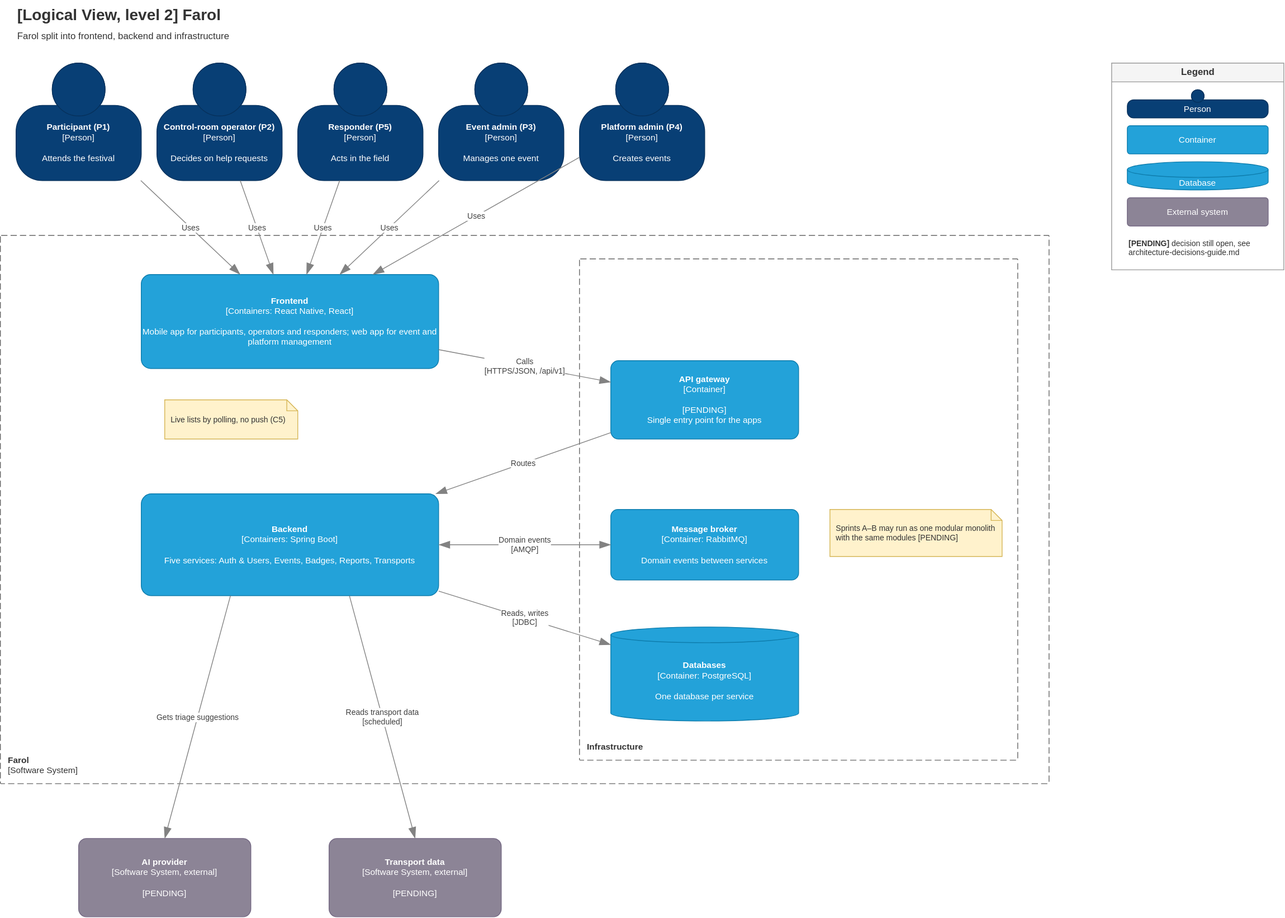
This is Docs/Technical/diagrams/logical-view-level-2.drawio.svg from tomasoliveira21/LABDSOF, a draw.io export, as it was before one commit. Source tidied: cells renumbered, new cells last; positions are measured from the earlier drawing's top-left corner, leaving out a move shared by most shapes. Source of this version:
```xml
<mxGraphModel>
  <root>
    <mxCell id="0" />
    <mxCell id="1" parent="0" />
    <mxCell id="2" value="&lt;b&gt;[Logical View, level 2] Farol&lt;/b&gt;&lt;br&gt;&lt;font style=&quot;font-size:12px&quot;&gt;Farol split into frontend, backend and infrastructure&lt;/font&gt;" style="text;html=1;align=left;verticalAlign=top;fontSize=20;fontColor=#333333;" parent="1" vertex="1">
      <mxGeometry x="20" width="1000" height="60" as="geometry" />
    </mxCell>
    <mxCell id="3" value="&lt;b&gt;Participant (P1)&lt;/b&gt;&lt;div&gt;[Person]&lt;/div&gt;&lt;br&gt;&lt;div&gt;Attends the festival&lt;/div&gt;" style="html=1;fontSize=11;whiteSpace=wrap;fillColor=#083F75;strokeColor=#06315C;fontColor=#ffffff;shape=mxgraph.c4.person2;align=center;" parent="1" vertex="1">
      <mxGeometry x="20" y="80" width="160" height="150" as="geometry" />
    </mxCell>
    <mxCell id="4" value="&lt;b&gt;Control-room operator (P2)&lt;/b&gt;&lt;div&gt;[Person]&lt;/div&gt;&lt;br&gt;&lt;div&gt;Decides on help requests&lt;/div&gt;" style="html=1;fontSize=11;whiteSpace=wrap;fillColor=#083F75;strokeColor=#06315C;fontColor=#ffffff;shape=mxgraph.c4.person2;align=center;" parent="1" vertex="1">
      <mxGeometry x="200" y="80" width="160" height="150" as="geometry" />
    </mxCell>
    <mxCell id="5" value="&lt;b&gt;Responder (P5)&lt;/b&gt;&lt;div&gt;[Person]&lt;/div&gt;&lt;br&gt;&lt;div&gt;Acts in the field&lt;/div&gt;" style="html=1;fontSize=11;whiteSpace=wrap;fillColor=#083F75;strokeColor=#06315C;fontColor=#ffffff;shape=mxgraph.c4.person2;align=center;" parent="1" vertex="1">
      <mxGeometry x="380" y="80" width="160" height="150" as="geometry" />
    </mxCell>
    <mxCell id="6" value="&lt;b&gt;Event admin (P3)&lt;/b&gt;&lt;div&gt;[Person]&lt;/div&gt;&lt;br&gt;&lt;div&gt;Manages one event&lt;/div&gt;" style="html=1;fontSize=11;whiteSpace=wrap;fillColor=#083F75;strokeColor=#06315C;fontColor=#ffffff;shape=mxgraph.c4.person2;align=center;" parent="1" vertex="1">
      <mxGeometry x="560" y="80" width="160" height="150" as="geometry" />
    </mxCell>
    <mxCell id="7" value="&lt;b&gt;Platform admin (P4)&lt;/b&gt;&lt;div&gt;[Person]&lt;/div&gt;&lt;br&gt;&lt;div&gt;Creates events&lt;/div&gt;" style="html=1;fontSize=11;whiteSpace=wrap;fillColor=#083F75;strokeColor=#06315C;fontColor=#ffffff;shape=mxgraph.c4.person2;align=center;" parent="1" vertex="1">
      <mxGeometry x="740" y="80" width="160" height="150" as="geometry" />
    </mxCell>
    <mxCell id="8" value="&lt;b&gt;Farol&lt;/b&gt;&lt;br&gt;[Software System]" style="rounded=1;arcSize=2;absoluteArcSize=1;whiteSpace=wrap;html=1;dashed=1;dashPattern=8 4;fillColor=none;strokeColor=#666666;fontColor=#333333;align=left;verticalAlign=bottom;spacing=10;fontSize=11;" parent="1" vertex="1">
      <mxGeometry y="300" width="1340" height="700" as="geometry" />
    </mxCell>
    <mxCell id="9" value="&lt;b&gt;Frontend&lt;/b&gt;&lt;div&gt;[Containers: React Native, React]&lt;/div&gt;&lt;br&gt;&lt;div&gt;Mobile app for participants, operators and responders; web app for event and platform management&lt;/div&gt;" style="rounded=1;whiteSpace=wrap;html=1;fillColor=#23A2D9;fontColor=#ffffff;arcSize=10;strokeColor=#0E7DAD;fontSize=11;" parent="1" vertex="1">
      <mxGeometry x="180" y="350" width="380" height="120" as="geometry" />
    </mxCell>
    <mxCell id="10" value="&lt;b&gt;Backend&lt;/b&gt;&lt;div&gt;[Containers: Spring Boot]&lt;/div&gt;&lt;br&gt;&lt;div&gt;Five services: Auth &amp;amp; Users, Events, Badges, Reports, Transports&lt;/div&gt;" style="rounded=1;whiteSpace=wrap;html=1;fillColor=#23A2D9;fontColor=#ffffff;arcSize=10;strokeColor=#0E7DAD;fontSize=11;" parent="1" vertex="1">
      <mxGeometry x="180" y="630" width="380" height="130" as="geometry" />
    </mxCell>
    <mxCell id="11" value="&lt;b&gt;Infrastructure&lt;/b&gt;" style="rounded=1;arcSize=2;absoluteArcSize=1;whiteSpace=wrap;html=1;dashed=1;dashPattern=8 4;fillColor=none;strokeColor=#666666;fontColor=#333333;align=left;verticalAlign=bottom;spacing=10;fontSize=11;" parent="1" vertex="1">
      <mxGeometry x="740" y="330" width="560" height="640" as="geometry" />
    </mxCell>
    <mxCell id="12" value="&lt;b&gt;API gateway&lt;/b&gt;&lt;div&gt;[Container]&lt;/div&gt;&lt;br&gt;&lt;div&gt;[PENDING]&lt;br&gt;Single entry point for the apps&lt;/div&gt;" style="rounded=1;whiteSpace=wrap;html=1;fillColor=#23A2D9;fontColor=#ffffff;arcSize=10;strokeColor=#0E7DAD;fontSize=11;" parent="1" vertex="1">
      <mxGeometry x="780" y="460" width="240" height="100" as="geometry" />
    </mxCell>
    <mxCell id="13" value="&lt;b&gt;Message broker&lt;/b&gt;&lt;div&gt;[Container: RabbitMQ]&lt;/div&gt;&lt;br&gt;&lt;div&gt;Domain events between services&lt;/div&gt;" style="rounded=1;whiteSpace=wrap;html=1;fillColor=#23A2D9;fontColor=#ffffff;arcSize=10;strokeColor=#0E7DAD;fontSize=11;" parent="1" vertex="1">
      <mxGeometry x="780" y="650" width="240" height="90" as="geometry" />
    </mxCell>
    <mxCell id="14" value="&lt;b&gt;Databases&lt;/b&gt;&lt;br&gt;[Container: PostgreSQL]&lt;br&gt;&lt;br&gt;One database per service" style="shape=cylinder3;size=10;boundedLbl=1;whiteSpace=wrap;html=1;fillColor=#23A2D9;fontColor=#ffffff;strokeColor=#0E7DAD;fontSize=11;" parent="1" vertex="1">
      <mxGeometry x="780" y="800" width="240" height="120" as="geometry" />
    </mxCell>
    <mxCell id="15" value="&lt;b&gt;AI provider&lt;/b&gt;&lt;div&gt;[Software System, external]&lt;/div&gt;&lt;br&gt;&lt;div&gt;[PENDING]&lt;/div&gt;" style="rounded=1;whiteSpace=wrap;html=1;fillColor=#8C8496;fontColor=#ffffff;arcSize=10;strokeColor=#736782;fontSize=11;" parent="1" vertex="1">
      <mxGeometry x="100" y="1070" width="220" height="100" as="geometry" />
    </mxCell>
    <mxCell id="16" value="&lt;b&gt;Transport data&lt;/b&gt;&lt;div&gt;[Software System, external]&lt;/div&gt;&lt;br&gt;&lt;div&gt;[PENDING]&lt;/div&gt;" style="rounded=1;whiteSpace=wrap;html=1;fillColor=#8C8496;fontColor=#ffffff;arcSize=10;strokeColor=#736782;fontSize=11;" parent="1" vertex="1">
      <mxGeometry x="420" y="1070" width="220" height="100" as="geometry" />
    </mxCell>
    <mxCell id="17" value="Uses" style="endArrow=blockThin;html=1;fontSize=10;fontColor=#404040;endFill=1;strokeColor=#828282;endSize=12;rounded=0;labelBackgroundColor=#ffffff;" parent="1" edge="1" source="3" target="9">
      <mxGeometry relative="1" as="geometry" />
    </mxCell>
    <mxCell id="18" value="Uses" style="endArrow=blockThin;html=1;fontSize=10;fontColor=#404040;endFill=1;strokeColor=#828282;endSize=12;rounded=0;labelBackgroundColor=#ffffff;" parent="1" edge="1" source="4" target="9">
      <mxGeometry relative="1" as="geometry" />
    </mxCell>
    <mxCell id="19" value="Uses" style="endArrow=blockThin;html=1;fontSize=10;fontColor=#404040;endFill=1;strokeColor=#828282;endSize=12;rounded=0;labelBackgroundColor=#ffffff;" parent="1" edge="1" source="5" target="9">
      <mxGeometry relative="1" as="geometry" />
    </mxCell>
    <mxCell id="20" value="Uses" style="endArrow=blockThin;html=1;fontSize=10;fontColor=#404040;endFill=1;strokeColor=#828282;endSize=12;rounded=0;labelBackgroundColor=#ffffff;" parent="1" edge="1" source="6" target="9">
      <mxGeometry relative="1" as="geometry" />
    </mxCell>
    <mxCell id="21" value="Uses" style="endArrow=blockThin;html=1;fontSize=10;fontColor=#404040;endFill=1;strokeColor=#828282;endSize=12;rounded=0;labelBackgroundColor=#ffffff;" parent="1" edge="1" source="7" target="9">
      <mxGeometry relative="1" as="geometry" />
    </mxCell>
    <mxCell id="22" value="Calls&lt;br&gt;[HTTPS/JSON, /api/v1]" style="endArrow=blockThin;html=1;fontSize=10;fontColor=#404040;endFill=1;strokeColor=#828282;endSize=12;rounded=0;labelBackgroundColor=#ffffff;" parent="1" edge="1" source="9" target="12">
      <mxGeometry relative="1" as="geometry" />
    </mxCell>
    <mxCell id="23" value="Routes" style="endArrow=blockThin;html=1;fontSize=10;fontColor=#404040;endFill=1;strokeColor=#828282;endSize=12;rounded=0;labelBackgroundColor=#ffffff;" parent="1" edge="1" source="12" target="10">
      <mxGeometry relative="1" as="geometry" />
    </mxCell>
    <mxCell id="24" value="Domain events&lt;br&gt;[AMQP]" style="endArrow=blockThin;html=1;fontSize=10;fontColor=#404040;endFill=1;strokeColor=#828282;endSize=12;rounded=0;labelBackgroundColor=#ffffff;startArrow=blockThin;startFill=1;startSize=12;" parent="1" edge="1" source="10" target="13">
      <mxGeometry relative="1" as="geometry" />
    </mxCell>
    <mxCell id="25" value="Reads, writes&lt;br&gt;[JDBC]" style="endArrow=blockThin;html=1;fontSize=10;fontColor=#404040;endFill=1;strokeColor=#828282;endSize=12;rounded=0;labelBackgroundColor=#ffffff;" parent="1" edge="1" source="10" target="14">
      <mxGeometry relative="1" as="geometry" />
    </mxCell>
    <mxCell id="26" value="Gets triage suggestions" style="endArrow=blockThin;html=1;fontSize=10;fontColor=#404040;endFill=1;strokeColor=#828282;endSize=12;rounded=0;labelBackgroundColor=#ffffff;exitX=0.3;exitY=1;exitDx=0;exitDy=0;entryX=0.5;entryY=0;entryDx=0;entryDy=0;" parent="1" edge="1" source="10" target="15">
      <mxGeometry relative="1" as="geometry" />
    </mxCell>
    <mxCell id="27" value="Reads transport data&lt;br&gt;[scheduled]" style="endArrow=blockThin;html=1;fontSize=10;fontColor=#404040;endFill=1;strokeColor=#828282;endSize=12;rounded=0;labelBackgroundColor=#ffffff;exitX=0.7;exitY=1;exitDx=0;exitDy=0;entryX=0.5;entryY=0;entryDx=0;entryDy=0;" parent="1" edge="1" source="10" target="16">
      <mxGeometry relative="1" as="geometry" />
    </mxCell>
    <mxCell id="28" value="Live lists by polling, no push (C5)" style="shape=note;size=14;whiteSpace=wrap;html=1;fillColor=#fff2cc;strokeColor=#d6b656;fontColor=#333333;align=left;spacing=8;fontSize=10;" parent="1" vertex="1">
      <mxGeometry x="210" y="510" width="170" height="50" as="geometry" />
    </mxCell>
    <mxCell id="29" value="Sprints A–B may run as one modular monolith with the same modules [PENDING]" style="shape=note;size=14;whiteSpace=wrap;html=1;fillColor=#fff2cc;strokeColor=#d6b656;fontColor=#333333;align=left;spacing=8;fontSize=10;" parent="1" vertex="1">
      <mxGeometry x="1060" y="650" width="220" height="60" as="geometry" />
    </mxCell>
    <mxCell id="30" value="&lt;b&gt;Legend&lt;/b&gt;" style="swimlane;startSize=24;html=1;fontSize=12;fillColor=#f5f5f5;strokeColor=#999999;fontColor=#333333;" parent="1" vertex="1">
      <mxGeometry x="1420" y="80" width="220" height="264" as="geometry" />
    </mxCell>
    <mxCell id="31" value="Person" style="html=1;fontSize=11;whiteSpace=wrap;fillColor=#083F75;strokeColor=#06315C;fontColor=#ffffff;shape=mxgraph.c4.person2;align=center;verticalAlign=middle;spacingTop=0;spacing=2;" parent="30" vertex="1">
      <mxGeometry x="20" y="34" width="180" height="36" as="geometry" />
    </mxCell>
    <mxCell id="32" value="Container" style="rounded=1;whiteSpace=wrap;html=1;fillColor=#23A2D9;fontColor=#ffffff;arcSize=10;strokeColor=#0E7DAD;fontSize=11;verticalAlign=middle;spacingTop=0;spacing=2;" parent="30" vertex="1">
      <mxGeometry x="20" y="80" width="180" height="36" as="geometry" />
    </mxCell>
    <mxCell id="33" value="Database" style="shape=cylinder3;size=10;boundedLbl=1;whiteSpace=wrap;html=1;fillColor=#23A2D9;fontColor=#ffffff;strokeColor=#0E7DAD;fontSize=11;verticalAlign=middle;spacingTop=0;spacing=2;" parent="30" vertex="1">
      <mxGeometry x="20" y="126" width="180" height="36" as="geometry" />
    </mxCell>
    <mxCell id="34" value="External system" style="rounded=1;whiteSpace=wrap;html=1;fillColor=#8C8496;fontColor=#ffffff;arcSize=10;strokeColor=#736782;fontSize=11;verticalAlign=middle;spacingTop=0;spacing=2;" parent="30" vertex="1">
      <mxGeometry x="20" y="172" width="180" height="36" as="geometry" />
    </mxCell>
    <mxCell id="35" value="&lt;b&gt;[PENDING]&lt;/b&gt; decision still open, see architecture-decisions-guide.md" style="text;html=1;whiteSpace=wrap;align=left;verticalAlign=top;fontColor=#333333;fontSize=10;verticalAlign=middle;spacingTop=0;spacing=2;" parent="30" vertex="1">
      <mxGeometry x="20" y="218" width="180" height="36" as="geometry" />
    </mxCell>
  </root>
</mxGraphModel>
```
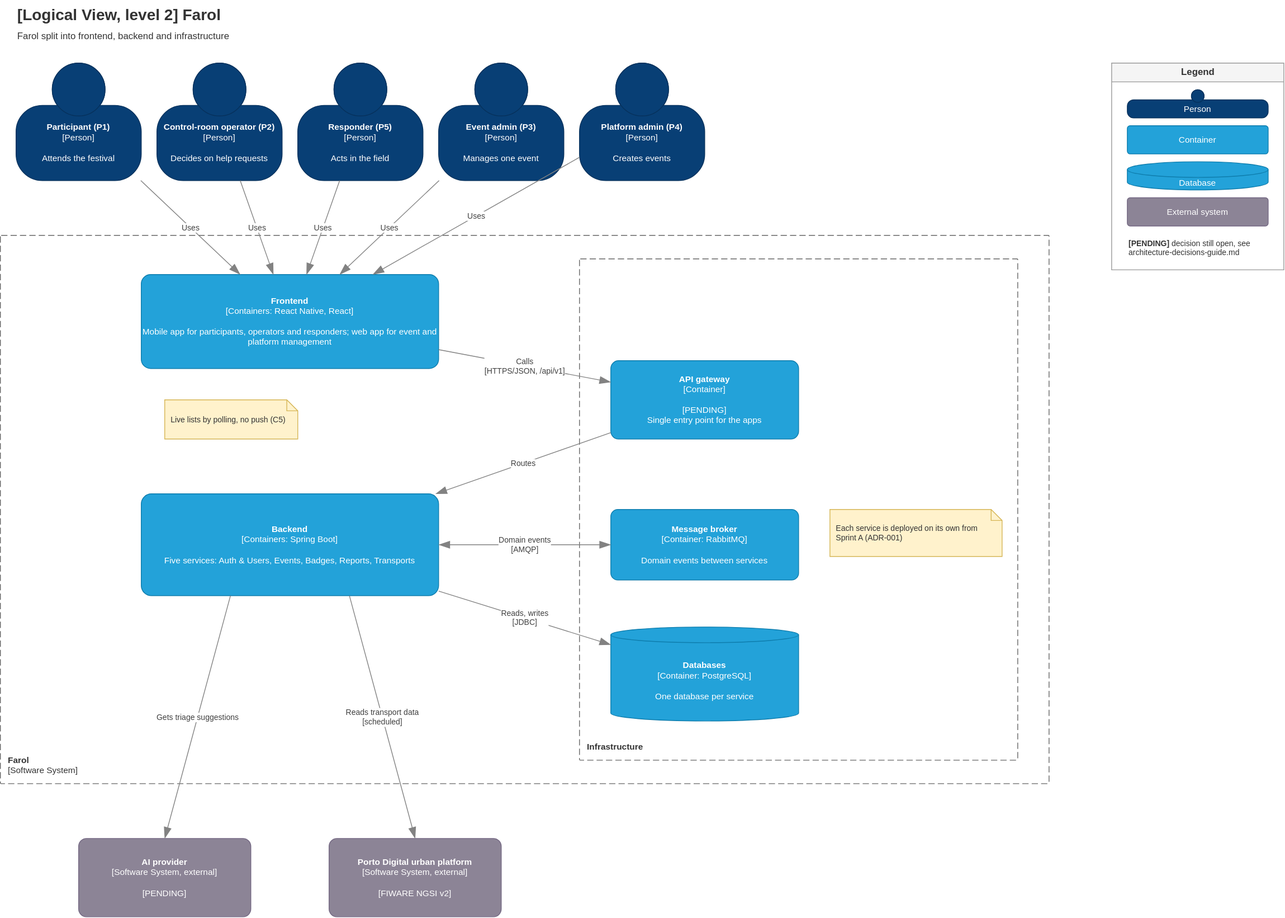
The same diagram one commit later.

Diff of the diagram source:
```diff
@@ -44,7 +44,7 @@
     <mxCell id="15" value="&lt;b&gt;AI provider&lt;/b&gt;&lt;div&gt;[Software System, external]&lt;/div&gt;&lt;br&gt;&lt;div&gt;[PENDING]&lt;/div&gt;" style="rounded=1;whiteSpace=wrap;html=1;fillColor=#8C8496;fontColor=#ffffff;arcSize=10;strokeColor=#736782;fontSize=11;" parent="1" vertex="1">
       <mxGeometry x="100" y="1070" width="220" height="100" as="geometry" />
     </mxCell>
-    <mxCell id="16" value="&lt;b&gt;Transport data&lt;/b&gt;&lt;div&gt;[Software System, external]&lt;/div&gt;&lt;br&gt;&lt;div&gt;[PENDING]&lt;/div&gt;" style="rounded=1;whiteSpace=wrap;html=1;fillColor=#8C8496;fontColor=#ffffff;arcSize=10;strokeColor=#736782;fontSize=11;" parent="1" vertex="1">
+    <mxCell id="16" value="&lt;b&gt;Porto Digital urban platform&lt;/b&gt;&lt;div&gt;[Software System, external]&lt;/div&gt;&lt;br&gt;&lt;div&gt;[FIWARE NGSI v2]&lt;/div&gt;" style="rounded=1;whiteSpace=wrap;html=1;fillColor=#8C8496;fontColor=#ffffff;arcSize=10;strokeColor=#736782;fontSize=11;" parent="1" vertex="1">
       <mxGeometry x="420" y="1070" width="220" height="100" as="geometry" />
     </mxCell>
     <mxCell id="17" value="Uses" style="endArrow=blockThin;html=1;fontSize=10;fontColor=#404040;endFill=1;strokeColor=#828282;endSize=12;rounded=0;labelBackgroundColor=#ffffff;" parent="1" edge="1" source="3" target="9">
@@ -83,7 +83,7 @@
     <mxCell id="28" value="Live lists by polling, no push (C5)" style="shape=note;size=14;whiteSpace=wrap;html=1;fillColor=#fff2cc;strokeColor=#d6b656;fontColor=#333333;align=left;spacing=8;fontSize=10;" parent="1" vertex="1">
       <mxGeometry x="210" y="510" width="170" height="50" as="geometry" />
     </mxCell>
-    <mxCell id="29" value="Sprints A–B may run as one modular monolith with the same modules [PENDING]" style="shape=note;size=14;whiteSpace=wrap;html=1;fillColor=#fff2cc;strokeColor=#d6b656;fontColor=#333333;align=left;spacing=8;fontSize=10;" parent="1" vertex="1">
+    <mxCell id="29" value="Each service is deployed on its own from Sprint A (ADR-001)" style="shape=note;size=14;whiteSpace=wrap;html=1;fillColor=#fff2cc;strokeColor=#d6b656;fontColor=#333333;align=left;spacing=8;fontSize=10;" parent="1" vertex="1">
       <mxGeometry x="1060" y="650" width="220" height="60" as="geometry" />
     </mxCell>
     <mxCell id="30" value="&lt;b&gt;Legend&lt;/b&gt;" style="swimlane;startSize=24;html=1;fontSize=12;fillColor=#f5f5f5;strokeColor=#999999;fontColor=#333333;" parent="1" vertex="1">
```
